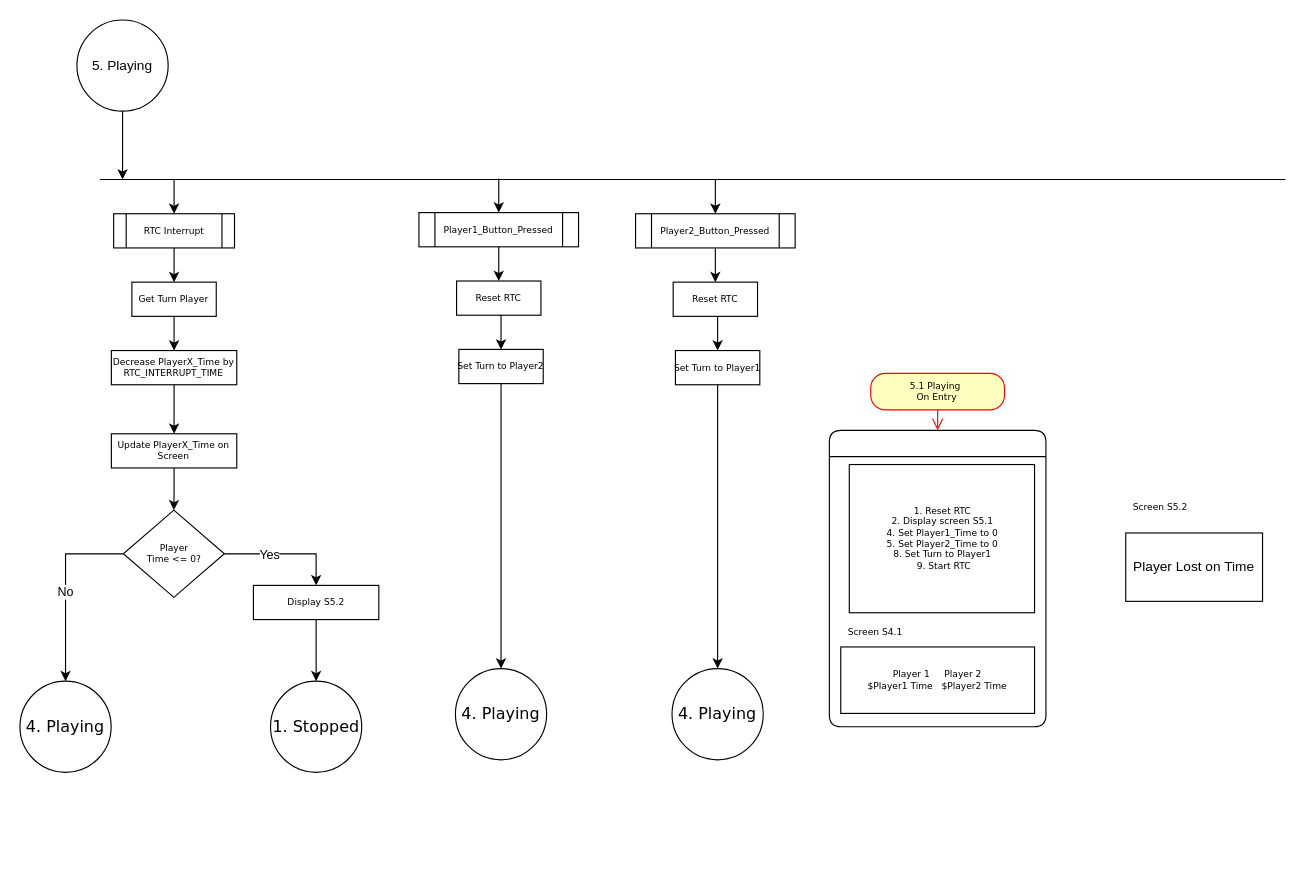
The draw.io diagram page "5. Playing" (6 of 6) of Chess Clock State Machine.drawio in Eleish98/Chess-Clock, before the edit. Source tidied: cells renumbered, new cells numbered last; positions are measured from the earlier drawing's top-left corner, leaving out a move shared by most shapes. Both pictures are drawn from the tidied source at 114%, with x=0, y=0 at pixel (19, 19).
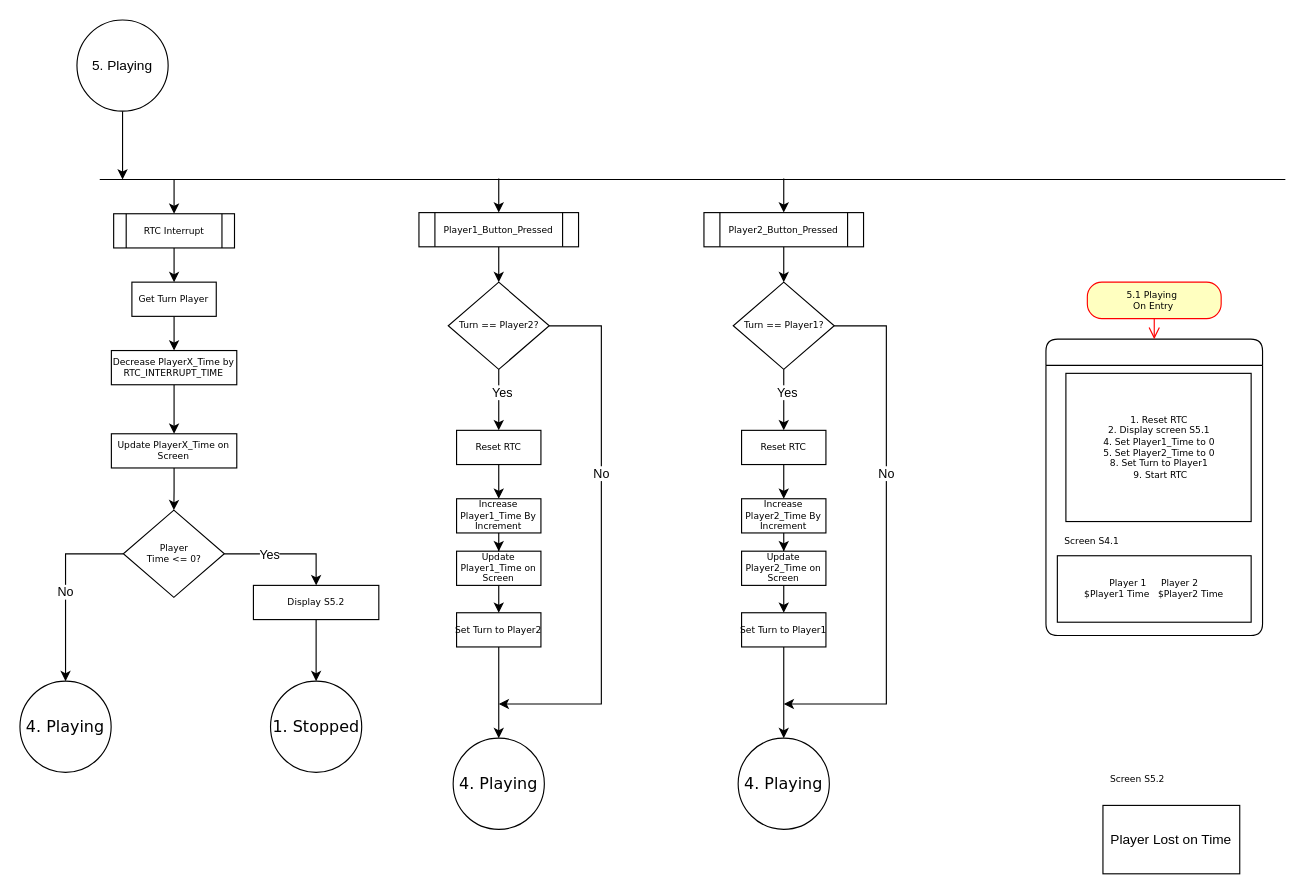
Above is the later version.

The change refers to these unchanged cells:
```xml
<mxCell id="31" value="Player1_Button_Pressed&lt;br&gt;" style="shape=process;whiteSpace=wrap;html=1;backgroundOutline=1;fontSize=8;fontFamily=Verdana;rounded=0;spacing=0;" parent="1" vertex="1">
  <mxGeometry x="350" y="169" width="140" height="30" as="geometry" />
</mxCell>
```

Diff of the diagram source:
```diff
@@
     <mxCell id="4" style="group;" parent="1" vertex="1">
-      <mxGeometry x="710" y="310" width="190" height="310" as="geometry" />
+      <mxGeometry x="900" y="230" width="190" height="310" as="geometry" />
     </mxCell>
@@
-    <mxCell id="30" style="edgeStyle=orthogonalEdgeStyle;rounded=0;jettySize=auto;html=1;entryX=0.5;entryY=0;entryDx=0;entryDy=0;" parent="1" edge="1" source="31" target="33">
-      <mxGeometry relative="1" as="geometry" />
-    </mxCell>
+    <mxCell id="48" style="edgeStyle=orthogonalEdgeStyle;rounded=0;jettySize=auto;html=1;entryX=0.5;entryY=0;entryDx=0;entryDy=0;" parent="1" edge="1" source="31" target="54">
+      <mxGeometry relative="1" as="geometry" />
+    </mxCell>
@@
-    <mxCell id="32" style="edgeStyle=orthogonalEdgeStyle;rounded=0;jettySize=auto;html=1;exitX=0.5;exitY=1;exitDx=0;exitDy=0;entryX=0.5;entryY=0;entryDx=0;entryDy=0;" parent="1" edge="1" source="33" target="35">
-      <mxGeometry relative="1" as="geometry" />
-    </mxCell>
+    <mxCell id="49" style="edgeStyle=orthogonalEdgeStyle;rounded=0;jettySize=auto;html=1;entryX=0.5;entryY=0;entryDx=0;entryDy=0;" parent="1" edge="1" source="33" target="56">
+      <mxGeometry relative="1" as="geometry" />
+    </mxCell>
     <mxCell id="33" value="Reset RTC" style="rounded=0;whiteSpace=wrap;html=1;fontSize=8;fontFamily=Verdana;spacing=0;" parent="1" vertex="1">
-      <mxGeometry x="383" y="229" width="74" height="30" as="geometry" />
+      <mxGeometry x="383" y="360" width="74" height="30" as="geometry" />
     </mxCell>
@@
     <mxCell id="35" value="Set Turn to Player2" style="rounded=0;whiteSpace=wrap;html=1;fontSize=8;fontFamily=Verdana;spacing=0;" parent="1" vertex="1">
-      <mxGeometry x="385" y="289" width="74" height="30" as="geometry" />
+      <mxGeometry x="383" y="520" width="74" height="30" as="geometry" />
     </mxCell>
     <mxCell id="36" value="Player Lost on Time" style="rounded=0;whiteSpace=wrap;html=1;" parent="1" vertex="1">
-      <mxGeometry x="970" y="450" width="120" height="60" as="geometry" />
+      <mxGeometry x="950" y="689" width="120" height="60" as="geometry" />
     </mxCell>
     <mxCell id="37" value="&lt;font style=&quot;font-size: 8px&quot;&gt;Screen S5.2&lt;/font&gt;" style="text;html=1;align=center;verticalAlign=middle;strokeColor=none;fillColor=none;fontSize=14;fontFamily=Verdana;rounded=1;" parent="1" vertex="1">
-      <mxGeometry x="970" y="410" width="60" height="30" as="geometry" />
+      <mxGeometry x="950" y="649" width="60" height="30" as="geometry" />
     </mxCell>
     <mxCell id="38" value="4. Playing" style="ellipse;whiteSpace=wrap;html=1;fontSize=14;fontFamily=Verdana;rounded=1;" parent="1" vertex="1">
-      <mxGeometry x="382" y="569" width="80" height="80" as="geometry" />
+      <mxGeometry x="380" y="630" width="80" height="80" as="geometry" />
     </mxCell>
@@
-    <mxCell id="40" style="edgeStyle=orthogonalEdgeStyle;rounded=0;jettySize=auto;html=1;entryX=0.5;entryY=0;entryDx=0;entryDy=0;" parent="1" edge="1" source="41" target="43">
-      <mxGeometry relative="1" as="geometry" />
-    </mxCell>
+    <mxCell id="50" style="edgeStyle=orthogonalEdgeStyle;rounded=0;jettySize=auto;html=1;entryX=0.5;entryY=0;entryDx=0;entryDy=0;" parent="1" edge="1" source="54" target="33">
+      <mxGeometry relative="1" as="geometry" />
+    </mxCell>
+    <mxCell id="51" value="Yes" style="edgeLabel;html=1;align=center;verticalAlign=middle;" parent="50" vertex="1">
+      <mxGeometry x="-0.25" y="2" relative="1" as="geometry" />
+    </mxCell>
+    <mxCell id="52" style="edgeStyle=orthogonalEdgeStyle;rounded=0;jettySize=auto;html=1;" parent="1" edge="1" source="54">
+      <mxGeometry relative="1" as="geometry">
+        <mxPoint x="420" y="600" as="targetPoint" />
+        <Array as="points">
+          <mxPoint x="510" y="268" />
+        </Array>
+      </mxGeometry>
+    </mxCell>
+    <mxCell id="53" value="No" style="edgeLabel;html=1;align=center;verticalAlign=middle;" parent="52" vertex="1">
+      <mxGeometry x="-0.25" y="-1" relative="1" as="geometry" />
+    </mxCell>
+    <mxCell id="54" value="Turn == Player2?" style="rhombus;whiteSpace=wrap;html=1;fontSize=8;fontFamily=Verdana;rounded=0;spacing=0;" parent="1" vertex="1">
+      <mxGeometry x="375.7" y="230" width="88.6" height="76.5" as="geometry" />
+    </mxCell>
+    <mxCell id="55" style="edgeStyle=orthogonalEdgeStyle;rounded=0;jettySize=auto;html=1;entryX=0.5;entryY=0;entryDx=0;entryDy=0;" parent="1" edge="1" source="56" target="58">
+      <mxGeometry relative="1" as="geometry" />
+    </mxCell>
+    <mxCell id="56" value="Increase Player1_Time By Increment" style="rounded=0;whiteSpace=wrap;html=1;fontSize=8;fontFamily=Verdana;spacing=0;" parent="1" vertex="1">
+      <mxGeometry x="383" y="420" width="74" height="30" as="geometry" />
+    </mxCell>
+    <mxCell id="57" style="edgeStyle=orthogonalEdgeStyle;rounded=0;jettySize=auto;html=1;entryX=0.5;entryY=0;entryDx=0;entryDy=0;" parent="1" edge="1" source="58" target="35">
+      <mxGeometry relative="1" as="geometry" />
+    </mxCell>
+    <mxCell id="58" value="Update Player1_Time on Screen" style="rounded=0;whiteSpace=wrap;html=1;fontSize=8;fontFamily=Verdana;spacing=0;" parent="1" vertex="1">
+      <mxGeometry x="383" y="466" width="74" height="30" as="geometry" />
+    </mxCell>
+    <mxCell id="59" style="edgeStyle=orthogonalEdgeStyle;rounded=0;jettySize=auto;html=1;entryX=0.5;entryY=0;entryDx=0;entryDy=0;" parent="1" edge="1" source="41" target="66">
+      <mxGeometry relative="1" as="geometry" />
+    </mxCell>
     <mxCell id="41" value="Player2_Button_Pressed" style="shape=process;whiteSpace=wrap;html=1;backgroundOutline=1;fontSize=8;fontFamily=Verdana;rounded=0;spacing=0;" parent="1" vertex="1">
-      <mxGeometry x="540" y="170" width="140" height="30" as="geometry" />
+      <mxGeometry x="600" y="169" width="140" height="30" as="geometry" />
     </mxCell>
-    <mxCell id="42" style="edgeStyle=orthogonalEdgeStyle;rounded=0;jettySize=auto;html=1;exitX=0.5;exitY=1;exitDx=0;exitDy=0;entryX=0.5;entryY=0;entryDx=0;entryDy=0;" parent="1" edge="1" source="43" target="45">
-      <mxGeometry relative="1" as="geometry" />
-    </mxCell>
+    <mxCell id="60" style="edgeStyle=orthogonalEdgeStyle;rounded=0;jettySize=auto;html=1;entryX=0.5;entryY=0;entryDx=0;entryDy=0;" parent="1" edge="1" source="43" target="68">
+      <mxGeometry relative="1" as="geometry" />
+    </mxCell>
     <mxCell id="43" value="Reset RTC" style="rounded=0;whiteSpace=wrap;html=1;fontSize=8;fontFamily=Verdana;spacing=0;" parent="1" vertex="1">
-      <mxGeometry x="573" y="230" width="74" height="30" as="geometry" />
+      <mxGeometry x="633" y="360" width="74" height="30" as="geometry" />
     </mxCell>
@@
     <mxCell id="45" value="Set Turn to Player1" style="rounded=0;whiteSpace=wrap;html=1;fontSize=8;fontFamily=Verdana;spacing=0;" parent="1" vertex="1">
-      <mxGeometry x="575" y="290" width="74" height="30" as="geometry" />
+      <mxGeometry x="633" y="520" width="74" height="30" as="geometry" />
     </mxCell>
     <mxCell id="46" value="4. Playing" style="ellipse;whiteSpace=wrap;html=1;fontSize=14;fontFamily=Verdana;rounded=1;" parent="1" vertex="1">
-      <mxGeometry x="572" y="569" width="80" height="80" as="geometry" />
+      <mxGeometry x="630" y="630" width="80" height="80" as="geometry" />
     </mxCell>
-    <mxCell id="47" style="endArrow=classic;html=1;rounded=0;entryX=0.5;entryY=0;entryDx=0;entryDy=0;" parent="1" edge="1" target="41">
-      <mxGeometry relative="1" as="geometry">
-        <mxPoint x="610" y="140" as="sourcePoint" />
-      </mxGeometry>
-    </mxCell>
+    <mxCell id="61" style="endArrow=classic;html=1;rounded=0;entryX=0.5;entryY=0;entryDx=0;entryDy=0;" parent="1" edge="1" target="41">
+      <mxGeometry relative="1" as="geometry">
+        <mxPoint x="670" y="139" as="sourcePoint" />
+      </mxGeometry>
+    </mxCell>
+    <mxCell id="62" style="edgeStyle=orthogonalEdgeStyle;rounded=0;jettySize=auto;html=1;entryX=0.5;entryY=0;entryDx=0;entryDy=0;" parent="1" edge="1" source="66" target="43">
+      <mxGeometry relative="1" as="geometry" />
+    </mxCell>
+    <mxCell id="63" value="Yes" style="edgeLabel;html=1;align=center;verticalAlign=middle;" parent="62" vertex="1">
+      <mxGeometry x="-0.25" y="2" relative="1" as="geometry" />
+    </mxCell>
+    <mxCell id="64" style="edgeStyle=orthogonalEdgeStyle;rounded=0;jettySize=auto;html=1;" parent="1" edge="1" source="66">
+      <mxGeometry relative="1" as="geometry">
+        <mxPoint x="670" y="600" as="targetPoint" />
+        <Array as="points">
+          <mxPoint x="760" y="268" />
+        </Array>
+      </mxGeometry>
+    </mxCell>
+    <mxCell id="65" value="No" style="edgeLabel;html=1;align=center;verticalAlign=middle;" parent="64" vertex="1">
+      <mxGeometry x="-0.25" y="-1" relative="1" as="geometry" />
+    </mxCell>
+    <mxCell id="66" value="Turn == Player1?" style="rhombus;whiteSpace=wrap;html=1;fontSize=8;fontFamily=Verdana;rounded=0;spacing=0;" parent="1" vertex="1">
+      <mxGeometry x="625.7" y="230" width="88.6" height="76.5" as="geometry" />
+    </mxCell>
+    <mxCell id="67" style="edgeStyle=orthogonalEdgeStyle;rounded=0;jettySize=auto;html=1;entryX=0.5;entryY=0;entryDx=0;entryDy=0;" parent="1" edge="1" source="68" target="70">
+      <mxGeometry relative="1" as="geometry" />
+    </mxCell>
+    <mxCell id="68" value="Increase Player2_Time By Increment" style="rounded=0;whiteSpace=wrap;html=1;fontSize=8;fontFamily=Verdana;spacing=0;" parent="1" vertex="1">
+      <mxGeometry x="633" y="420" width="74" height="30" as="geometry" />
+    </mxCell>
+    <mxCell id="69" style="edgeStyle=orthogonalEdgeStyle;rounded=0;jettySize=auto;html=1;entryX=0.5;entryY=0;entryDx=0;entryDy=0;" parent="1" edge="1" source="70" target="45">
+      <mxGeometry relative="1" as="geometry" />
+    </mxCell>
+    <mxCell id="70" value="Update Player2_Time on Screen" style="rounded=0;whiteSpace=wrap;html=1;fontSize=8;fontFamily=Verdana;spacing=0;" parent="1" vertex="1">
+      <mxGeometry x="633" y="466" width="74" height="30" as="geometry" />
+    </mxCell>
```
